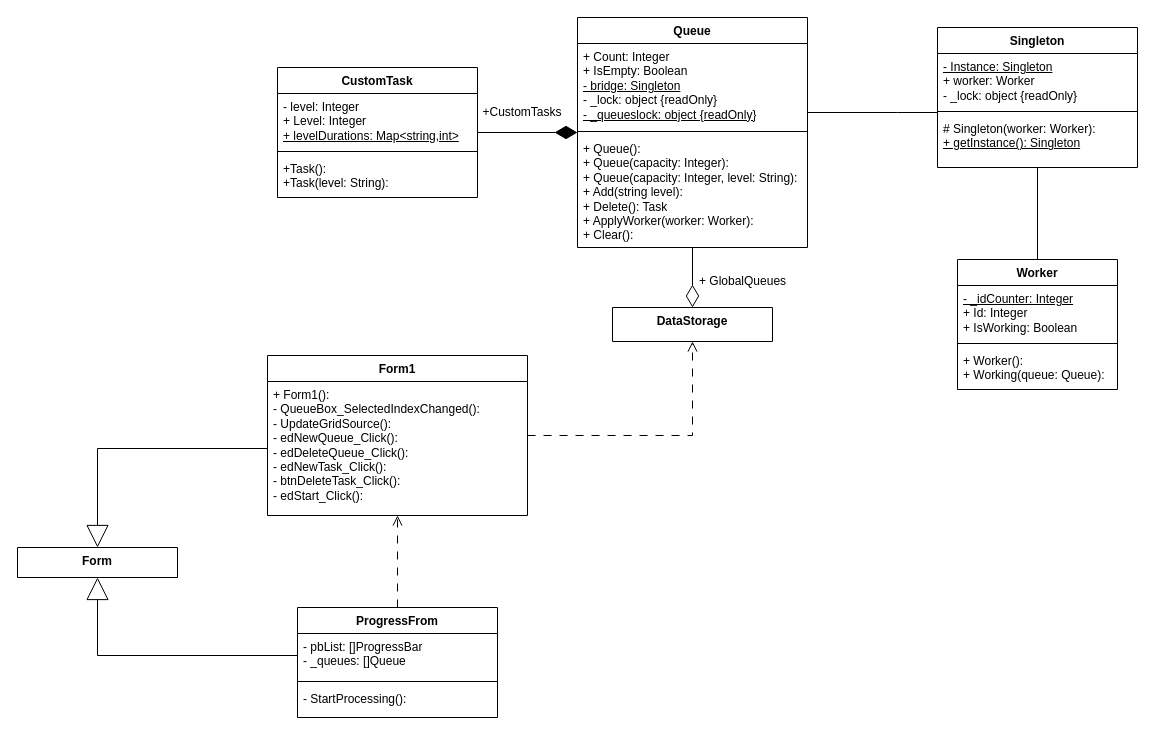
Above: lab01/lab01/Singleton.drawio.xml in UWU-Sharky/Shmakov_OOAP (draw.io), before the change. Source tidied: cells renumbered, new cells numbered last; positions are measured from the earlier drawing's top-left corner, leaving out a move shared by most shapes. Both pictures are drawn from the tidied source at 100%, with x=0, y=0 at pixel (17, 17).
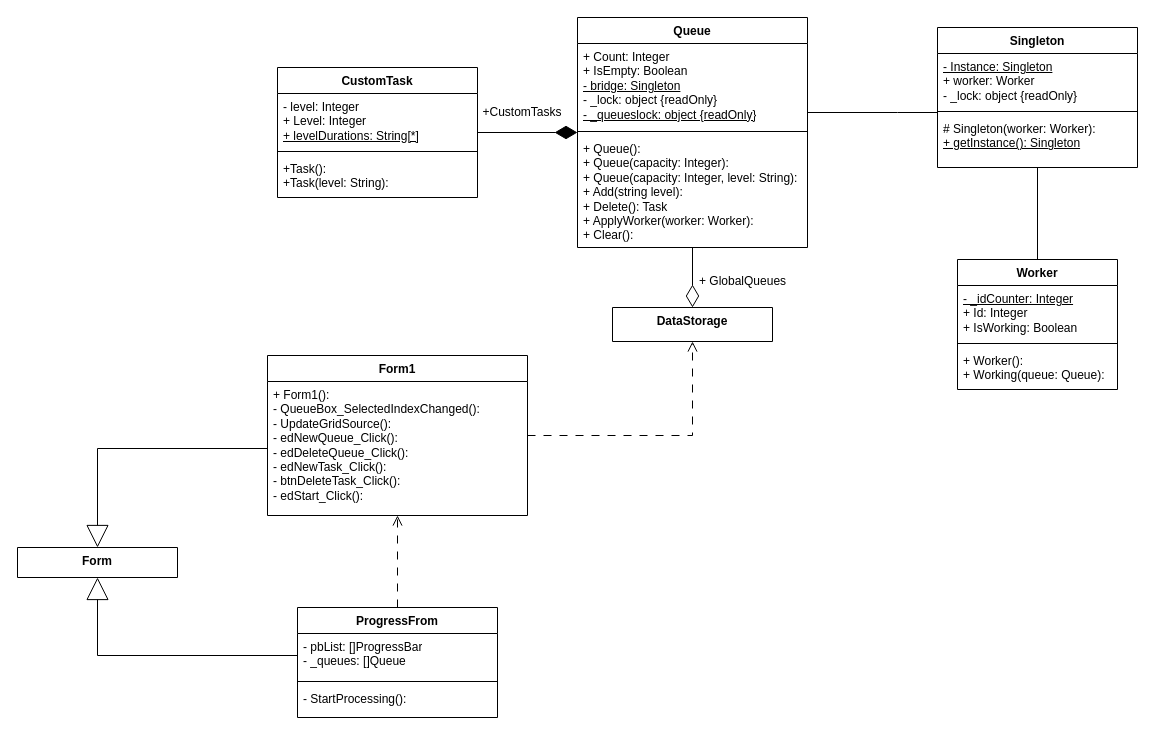
The same diagram, later.

Commit message (it also covers changes not shown here):
UPD Diagram

The change refers to these unchanged cells:
```xml
<mxCell id="2" value="CustomTask" style="swimlane;fontStyle=1;align=center;verticalAlign=top;horizontal=1;startSize=26;whiteSpace=wrap;html=1;" parent="1" vertex="1">
  <mxGeometry x="260" y="50" width="200" height="130" as="geometry" />
</mxCell>
```

What changed in the source:
```diff
@@
-    <mxCell id="3" value="- level: Integer&lt;div&gt;+ Level: Integer&lt;/div&gt;&lt;div&gt;&lt;u&gt;+ levelDurations: Map&amp;lt;string,int&amp;gt;&lt;/u&gt;&lt;/div&gt;" style="text;strokeColor=none;fillColor=none;align=left;verticalAlign=top;spacingLeft=4;spacingRight=4;overflow=hidden;whiteSpace=wrap;html=1;" parent="2" vertex="1">
+    <mxCell id="3" value="- level: Integer&lt;div&gt;+ Level: Integer&lt;/div&gt;&lt;div&gt;&lt;u&gt;+ levelDurations: String[*]&lt;/u&gt;&lt;/div&gt;" style="text;strokeColor=none;fillColor=none;align=left;verticalAlign=top;spacingLeft=4;spacingRight=4;overflow=hidden;whiteSpace=wrap;html=1;" parent="2" vertex="1">
       <mxGeometry y="26" width="200" height="54" as="geometry" />
     </mxCell>
```
